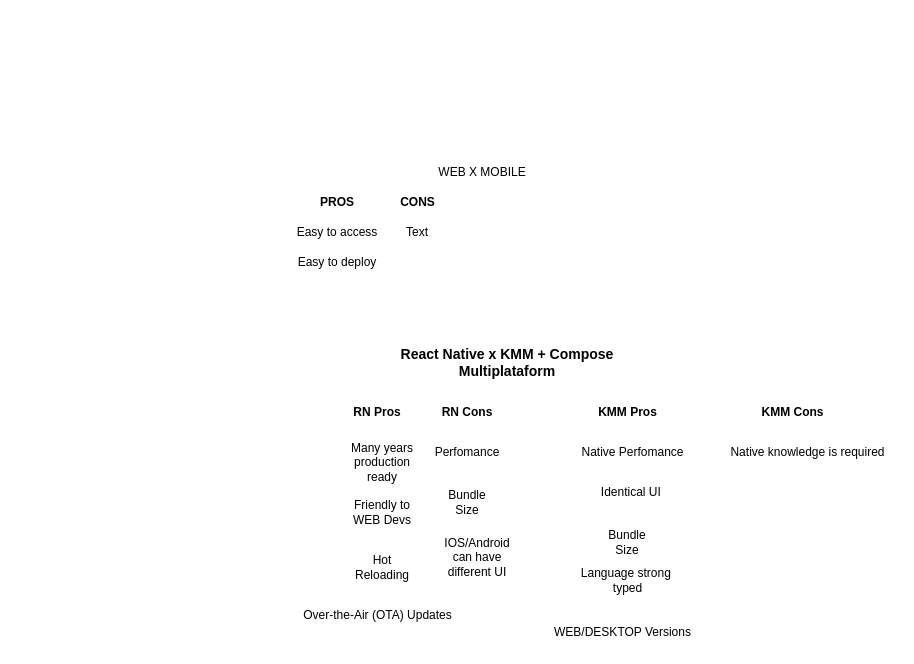
Earlier version of the draw.io diagram gray-team/vote-project/frontend-decisions/tradeoffs.drawio (alikrodrigues/PoCs). Source tidied: cells renumbered, new cells numbered last; positions are measured from the earlier drawing's top-left corner, leaving out a move shared by most shapes. Both pictures are drawn from the tidied source at 100%, with x=0, y=0 at pixel (282, 157).
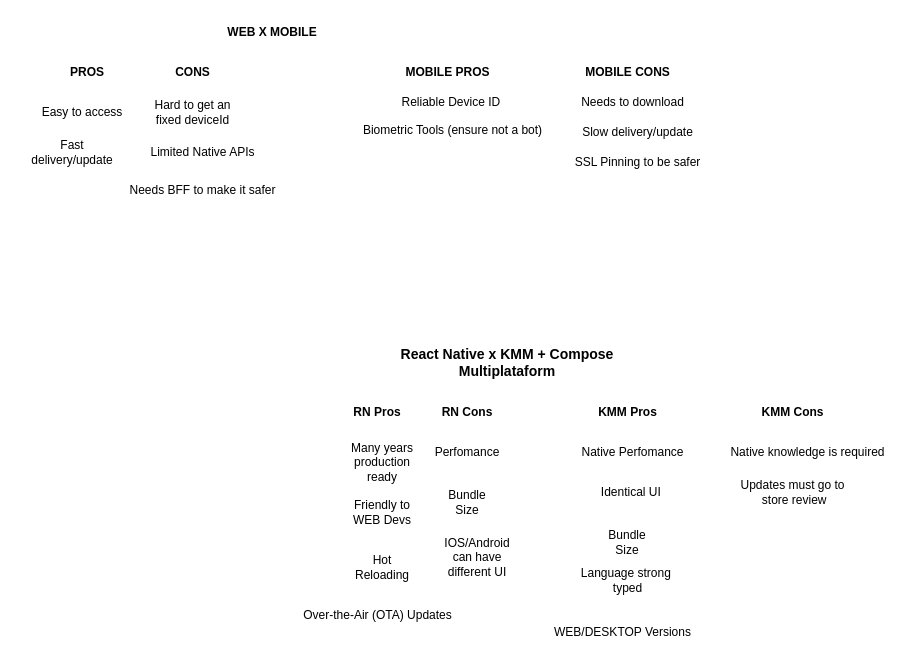
Above is the later version.

Change to the diagram source:
```diff
@@
-    <mxCell id="2" value="WEB X MOBILE" style="text;html=1;align=center;verticalAlign=middle;whiteSpace=wrap;rounded=0;" parent="1" vertex="1">
-      <mxGeometry x="145" width="110" height="30" as="geometry" />
+    <mxCell id="2" value="&lt;b&gt;WEB X MOBILE&lt;/b&gt;" style="text;html=1;align=center;verticalAlign=middle;whiteSpace=wrap;rounded=0;" parent="1" vertex="1">
+      <mxGeometry x="-65" y="-140" width="110" height="30" as="geometry" />
     </mxCell>
     <mxCell id="3" value="&lt;b&gt;PROS&lt;/b&gt;" style="text;html=1;align=center;verticalAlign=middle;whiteSpace=wrap;rounded=0;" parent="1" vertex="1">
-      <mxGeometry x="25" y="30" width="60" height="30" as="geometry" />
+      <mxGeometry x="-225" y="-100" width="60" height="30" as="geometry" />
     </mxCell>
     <mxCell id="4" value="Easy to access" style="text;html=1;align=center;verticalAlign=middle;whiteSpace=wrap;rounded=0;" parent="1" vertex="1">
-      <mxGeometry y="60" width="110" height="30" as="geometry" />
+      <mxGeometry x="-255" y="-60" width="110" height="30" as="geometry" />
     </mxCell>
@@
-    <mxCell id="10" value="Easy to deploy" style="text;html=1;align=center;verticalAlign=middle;whiteSpace=wrap;rounded=0;" parent="1" vertex="1">
-      <mxGeometry y="90" width="110" height="30" as="geometry" />
+    <mxCell id="10" value="Fast delivery/update" style="text;html=1;align=center;verticalAlign=middle;whiteSpace=wrap;rounded=0;" parent="1" vertex="1">
+      <mxGeometry x="-265" y="-20" width="110" height="30" as="geometry" />
     </mxCell>
@@
     <mxCell id="21" value="&lt;b&gt;CONS&lt;/b&gt;" style="text;html=1;align=center;verticalAlign=middle;strokeColor=none;fillColor=none;" parent="1" vertex="1">
-      <mxGeometry x="105" y="30" width="60" height="30" as="geometry" />
+      <mxGeometry x="-120" y="-100" width="60" height="30" as="geometry" />
     </mxCell>
-    <mxCell id="22" value="Text" style="text;html=1;align=center;verticalAlign=middle;whiteSpace=wrap;rounded=0;" parent="1" vertex="1">
-      <mxGeometry x="105" y="60" width="60" height="30" as="geometry" />
+    <mxCell id="22" value="Hard to get an fixed deviceId" style="text;html=1;align=center;verticalAlign=middle;whiteSpace=wrap;rounded=0;" parent="1" vertex="1">
+      <mxGeometry x="-137.5" y="-60" width="95" height="30" as="geometry" />
     </mxCell>
@@
+    <mxCell id="26" value="Updates must go to&lt;div&gt;&amp;nbsp;store review&lt;/div&gt;" style="text;html=1;align=center;verticalAlign=middle;strokeColor=none;fillColor=none;" parent="1" vertex="1">
+      <mxGeometry x="445" y="315" width="130" height="40" as="geometry" />
+    </mxCell>
+    <mxCell id="27" value="&lt;b&gt;MOBILE PROS&lt;/b&gt;" style="text;html=1;align=center;verticalAlign=middle;strokeColor=none;fillColor=none;" parent="1" vertex="1">
+      <mxGeometry x="110" y="-100" width="110" height="30" as="geometry" />
+    </mxCell>
+    <mxCell id="28" value="Reliable Device ID&amp;nbsp;" style="text;html=1;align=center;verticalAlign=middle;strokeColor=none;fillColor=none;" parent="1" vertex="1">
+      <mxGeometry x="105" y="-70" width="130" height="30" as="geometry" />
+    </mxCell>
+    <mxCell id="29" value="Biometric Tools (ensure not a bot)&lt;div&gt;&lt;br&gt;&lt;/div&gt;" style="text;html=1;align=center;verticalAlign=middle;strokeColor=none;fillColor=none;" parent="1" vertex="1">
+      <mxGeometry x="70" y="-40" width="200" height="40" as="geometry" />
+    </mxCell>
+    <mxCell id="30" value="Limited Native APIs" style="text;html=1;align=center;verticalAlign=middle;strokeColor=none;fillColor=none;" parent="1" vertex="1">
+      <mxGeometry x="-145" y="-20" width="130" height="30" as="geometry" />
+    </mxCell>
+    <mxCell id="31" value="&lt;b&gt;MOBILE CONS&lt;/b&gt;" style="text;html=1;align=center;verticalAlign=middle;strokeColor=none;fillColor=none;" parent="1" vertex="1">
+      <mxGeometry x="290" y="-100" width="110" height="30" as="geometry" />
+    </mxCell>
+    <mxCell id="32" value="Needs to download" style="text;html=1;align=center;verticalAlign=middle;strokeColor=none;fillColor=none;" parent="1" vertex="1">
+      <mxGeometry x="285" y="-70" width="130" height="30" as="geometry" />
+    </mxCell>
+    <mxCell id="33" value="Slow delivery/update" style="text;html=1;align=center;verticalAlign=middle;strokeColor=none;fillColor=none;" parent="1" vertex="1">
+      <mxGeometry x="290" y="-40" width="130" height="30" as="geometry" />
+    </mxCell>
+    <mxCell id="34" value="Needs BFF to make it safer&lt;div&gt;&lt;br&gt;&lt;/div&gt;" style="text;html=1;align=center;verticalAlign=middle;strokeColor=none;fillColor=none;" parent="1" vertex="1">
+      <mxGeometry x="-165" y="20" width="170" height="40" as="geometry" />
+    </mxCell>
+    <mxCell id="35" value="SSL Pinning to be safer" style="text;html=1;align=center;verticalAlign=middle;strokeColor=none;fillColor=none;" parent="1" vertex="1">
+      <mxGeometry x="280" y="-10" width="150" height="30" as="geometry" />
+    </mxCell>
```
